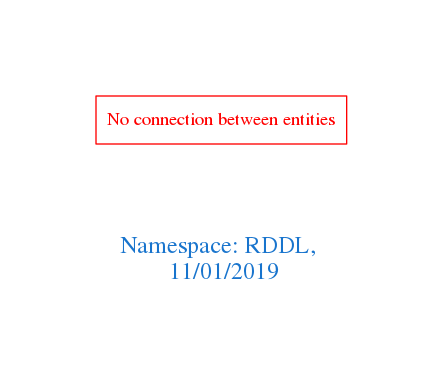
This is downloads/RDDL.png from arago/OGIT, a Graphviz export, as it was before one commit. Its source is kept beside it as downloads/RDDL.dot.
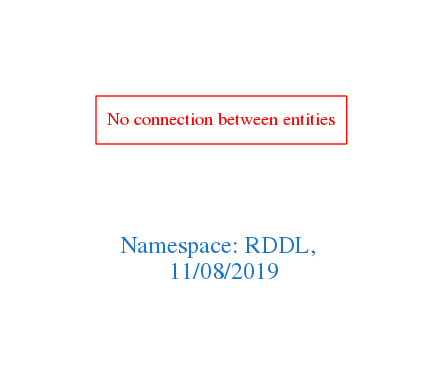
After the change.

Change to the diagram source:
```diff
@@ -1,7 +1,7 @@
 digraph OGIT_ontology {
  graph [ rankdir= LR,pad=1
 fontsize = 18,
-fontcolor= dodgerblue3,label = "\n\n\nNamespace: RDDL, \n 11/01/2019"];
+fontcolor= dodgerblue3,label = "\n\n\nNamespace: RDDL, \n 11/08/2019"];
 node[shape=polygon];
 edge [  color="gray81"];
 
```
